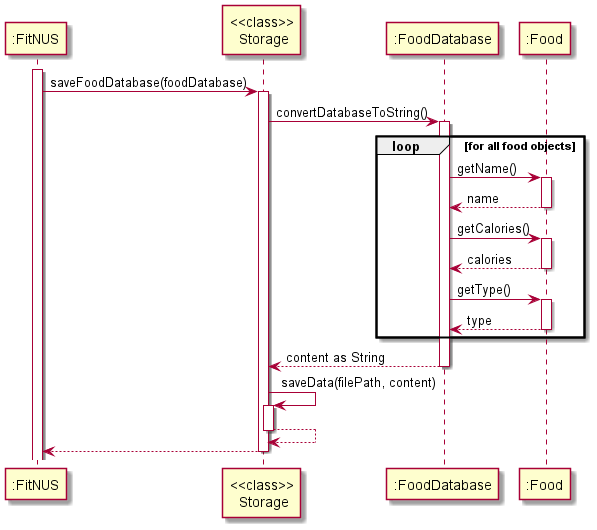
This is docs/diagrams-DG/Storage_sequence.png from praj-bellakka/tp, a PlantUML export, as it was before one commit.
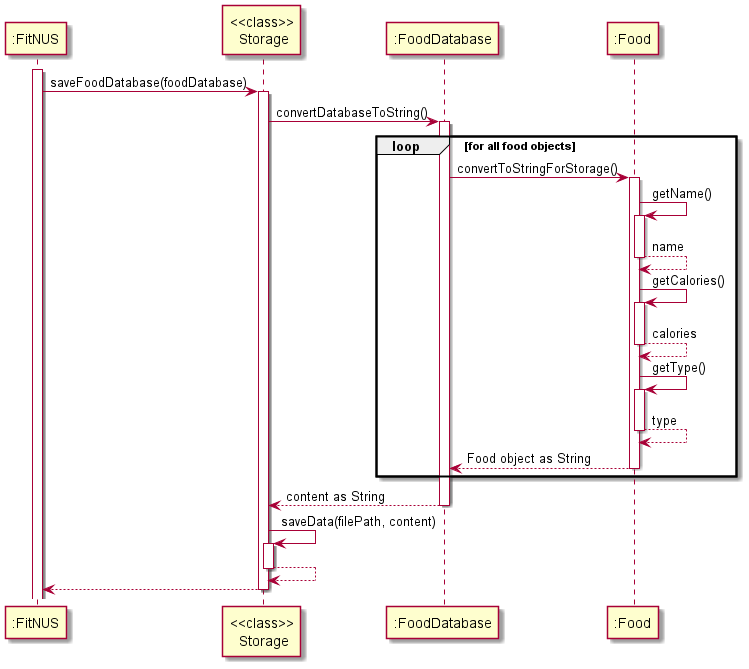
The same diagram one commit later.

Diff of the diagram source:
```diff
@@ -6,15 +6,18 @@
 "<<class>>\n Storage" -> ":FoodDatabase" : convertDatabaseToString()
 activate ":FoodDatabase"
 loop for all food objects
-":FoodDatabase" -> ":Food" : getName()
-activate ":Food"
-return name
-":FoodDatabase" -> ":Food" : getCalories()
-activate ":Food"
-return calories
-":FoodDatabase" -> ":Food" : getType()
-activate ":Food"
-return type
+    ":FoodDatabase" -> ":Food": convertToStringForStorage()
+    activate ":Food"
+    ":Food" -> ":Food": getName()
+    activate ":Food"
+    return name
+    ":Food" -> ":Food": getCalories()
+    activate ":Food"
+    return calories
+    ":Food" -> ":Food": getType()
+    activate ":Food"
+    return type
+    return Food object as String
 end
 return content as String
 "<<class>>\n Storage" -> "<<class>>\n Storage" : saveData(filePath, content)
```
